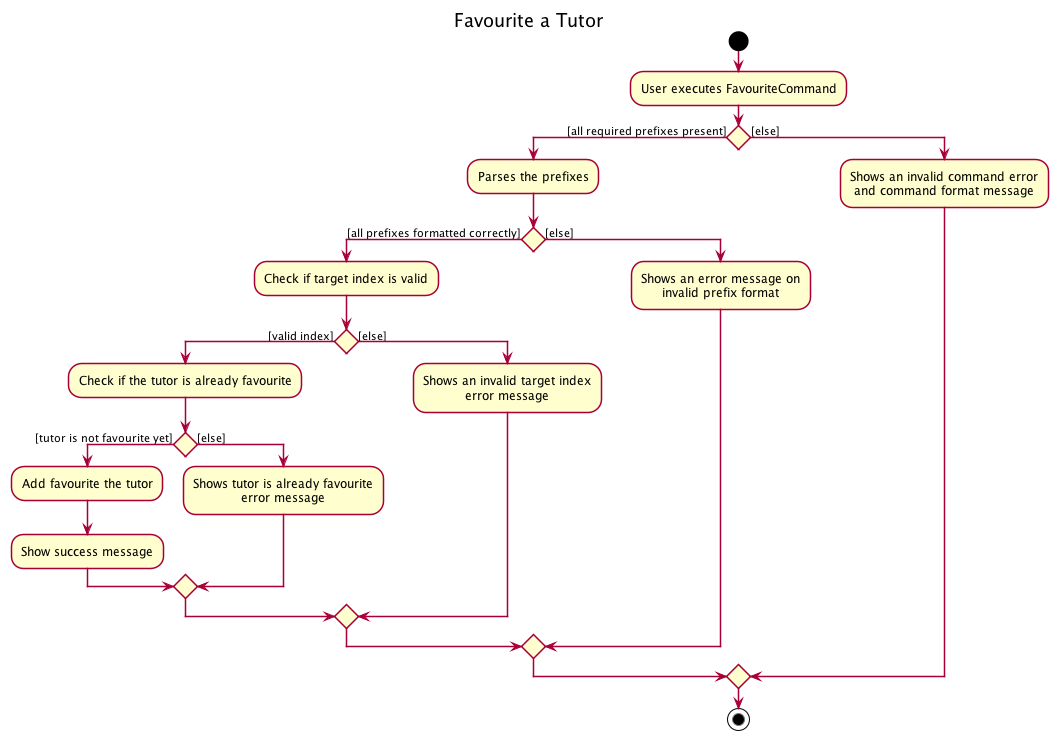
The PlantUML diagram docs/images/favourite/FavouriteActivityDiagram.png in nus-cs2103-AY2021S2/tp, before a commit. Its source is kept beside it as docs/diagrams/favourite/FavouriteActivityDiagram.puml.
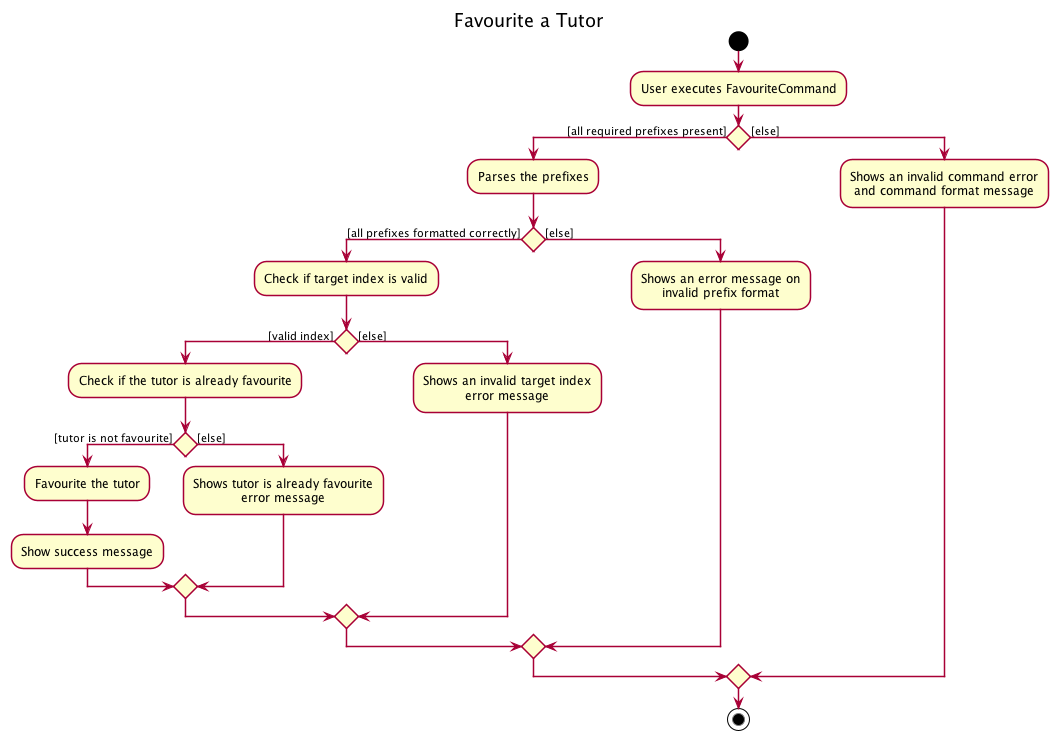
Above is the later version.

Change to the diagram source:
```diff
@@ -14,8 +14,8 @@
           if () then ([valid index])
           :Check if the tutor is already favourite;
 
-              if () then ([tutor is not favourite yet])
-              :Add favourite the tutor;
+              if () then ([tutor is not favourite])
+              :Favourite the tutor;
               :Show success message;
 
               else ([else])
```
